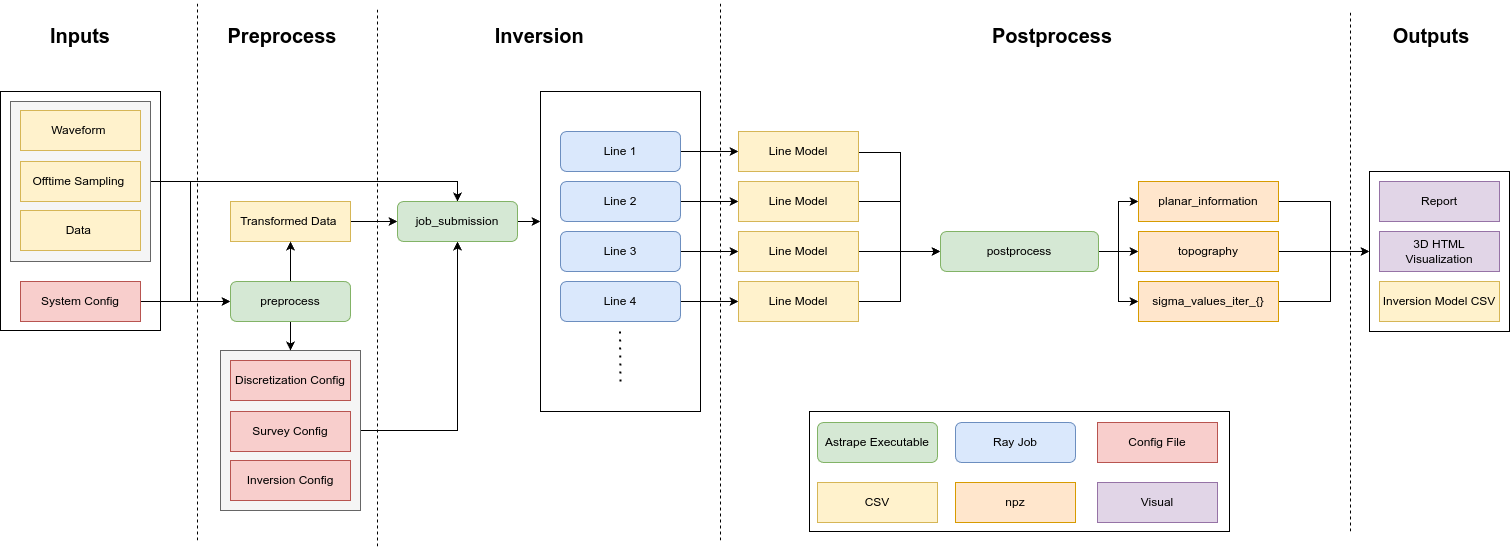
This is images/workflow.png from paul-vorticity/astrape_docs, a draw.io export, as it was before one commit. Source tidied: cells renumbered, new cells last; positions are measured from the earlier drawing's top-left corner, leaving out a move shared by most shapes.
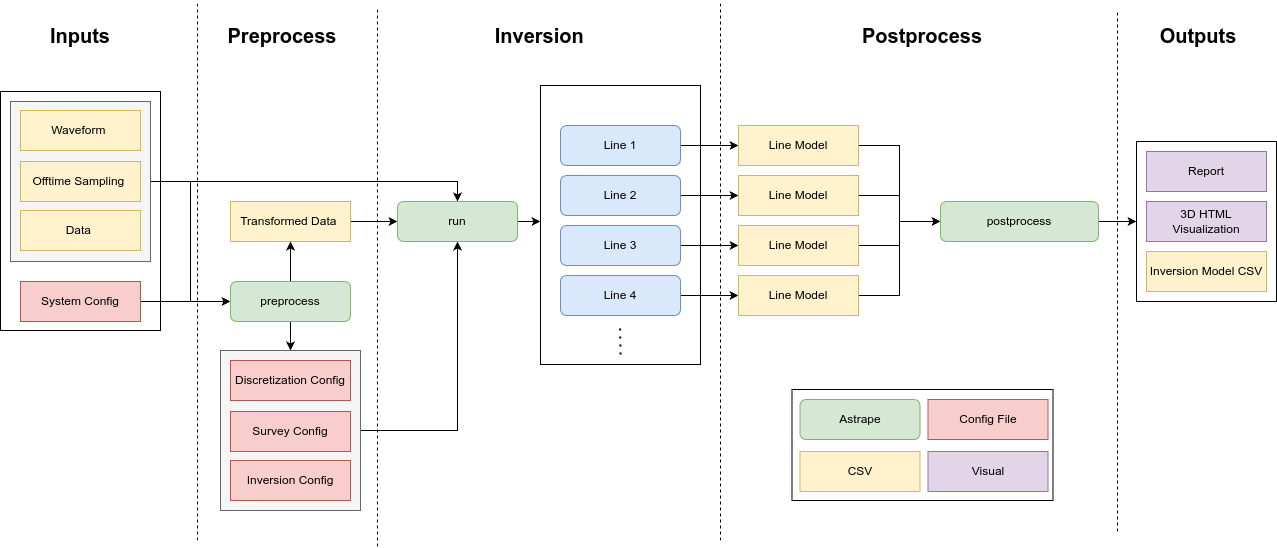
Above is the later version.

What changed in the source:
```diff
@@ -12,10 +12,10 @@
       <mxGeometry y="91" width="160" height="239" as="geometry" />
     </mxCell>
     <mxCell id="5" style="rounded=0;whiteSpace=wrap;html=1;" parent="1" vertex="1">
-      <mxGeometry x="809" y="411" width="420" height="120" as="geometry" />
+      <mxGeometry x="791.5" y="389" width="261" height="111" as="geometry" />
     </mxCell>
     <mxCell id="6" style="rounded=0;whiteSpace=wrap;html=1;" parent="1" vertex="1">
-      <mxGeometry x="1369" y="171" width="140" height="160" as="geometry" />
+      <mxGeometry x="1136" y="141" width="140" height="160" as="geometry" />
     </mxCell>
     <mxCell id="7" style="edgeStyle=orthogonalEdgeStyle;rounded=0;jettySize=auto;html=1;exitX=1;exitY=0.5;exitDx=0;exitDy=0;entryX=0.5;entryY=0;entryDx=0;entryDy=0;" parent="1" edge="1" source="9" target="17">
       <mxGeometry relative="1" as="geometry" />
@@ -27,7 +27,7 @@
       <mxGeometry x="10" y="101" width="140" height="160" as="geometry" />
     </mxCell>
     <mxCell id="10" style="rounded=0;whiteSpace=wrap;html=1;" parent="1" vertex="1">
-      <mxGeometry x="540" y="91" width="160" height="320" as="geometry" />
+      <mxGeometry x="540" y="85" width="160" height="279" as="geometry" />
     </mxCell>
     <mxCell id="11" value="Data&amp;nbsp;" style="rounded=0;whiteSpace=wrap;html=1;fontSize=12;glass=0;strokeWidth=1;shadow=0;fillColor=#fff2cc;strokeColor=#d6b656;" parent="1" vertex="1">
       <mxGeometry x="20" y="210" width="120" height="40" as="geometry" />
@@ -49,50 +49,50 @@
         <mxPoint x="540" y="221" as="targetPoint" />
       </mxGeometry>
     </mxCell>
-    <mxCell id="17" value="job_submission" style="rounded=1;whiteSpace=wrap;html=1;fontSize=12;glass=0;strokeWidth=1;shadow=0;fillColor=#d5e8d4;strokeColor=#82b366;" parent="1" vertex="1">
+    <mxCell id="17" value="run" style="rounded=1;whiteSpace=wrap;html=1;fontSize=12;glass=0;strokeWidth=1;shadow=0;fillColor=#d5e8d4;strokeColor=#82b366;" parent="1" vertex="1">
       <mxGeometry x="397" y="201" width="120" height="40" as="geometry" />
     </mxCell>
     <mxCell id="18" style="edgeStyle=orthogonalEdgeStyle;rounded=0;jettySize=auto;html=1;exitX=1;exitY=0.5;exitDx=0;exitDy=0;entryX=0;entryY=0.5;entryDx=0;entryDy=0;" parent="1" edge="1" source="19" target="37">
       <mxGeometry relative="1" as="geometry" />
     </mxCell>
     <mxCell id="19" value="Line 1" style="rounded=1;whiteSpace=wrap;html=1;fontSize=12;glass=0;strokeWidth=1;shadow=0;fillColor=#dae8fc;strokeColor=#6c8ebf;" parent="1" vertex="1">
-      <mxGeometry x="560" y="131" width="120" height="40" as="geometry" />
+      <mxGeometry x="560" y="125" width="120" height="40" as="geometry" />
     </mxCell>
     <mxCell id="20" style="edgeStyle=orthogonalEdgeStyle;rounded=0;jettySize=auto;html=1;exitX=1;exitY=0.5;exitDx=0;exitDy=0;entryX=0;entryY=0.5;entryDx=0;entryDy=0;" parent="1" edge="1" source="21" target="39">
       <mxGeometry relative="1" as="geometry" />
     </mxCell>
     <mxCell id="21" value="Line 2" style="rounded=1;whiteSpace=wrap;html=1;fontSize=12;glass=0;strokeWidth=1;shadow=0;fillColor=#dae8fc;strokeColor=#6c8ebf;" parent="1" vertex="1">
-      <mxGeometry x="560" y="181" width="120" height="40" as="geometry" />
+      <mxGeometry x="560" y="175" width="120" height="40" as="geometry" />
     </mxCell>
     <mxCell id="22" style="edgeStyle=orthogonalEdgeStyle;rounded=0;jettySize=auto;html=1;exitX=1;exitY=0.5;exitDx=0;exitDy=0;entryX=0;entryY=0.5;entryDx=0;entryDy=0;" parent="1" edge="1" source="23" target="41">
       <mxGeometry relative="1" as="geometry" />
     </mxCell>
     <mxCell id="23" value="Line 3" style="rounded=1;whiteSpace=wrap;html=1;fontSize=12;glass=0;strokeWidth=1;shadow=0;fillColor=#dae8fc;strokeColor=#6c8ebf;" parent="1" vertex="1">
-      <mxGeometry x="560" y="231" width="120" height="40" as="geometry" />
+      <mxGeometry x="560" y="225" width="120" height="40" as="geometry" />
     </mxCell>
     <mxCell id="24" style="edgeStyle=orthogonalEdgeStyle;rounded=0;jettySize=auto;html=1;exitX=1;exitY=0.5;exitDx=0;exitDy=0;" parent="1" edge="1" source="25" target="43">
       <mxGeometry relative="1" as="geometry" />
     </mxCell>
     <mxCell id="25" value="Line 4" style="rounded=1;whiteSpace=wrap;html=1;fontSize=12;glass=0;strokeWidth=1;shadow=0;fillColor=#dae8fc;strokeColor=#6c8ebf;" parent="1" vertex="1">
-      <mxGeometry x="560" y="281" width="120" height="40" as="geometry" />
+      <mxGeometry x="560" y="275" width="120" height="40" as="geometry" />
     </mxCell>
     <mxCell id="26" value="Report" style="rounded=0;whiteSpace=wrap;html=1;fontSize=12;glass=0;strokeWidth=1;shadow=0;fillColor=#e1d5e7;strokeColor=#9673a6;" parent="1" vertex="1">
-      <mxGeometry x="1379" y="181" width="120" height="40" as="geometry" />
+      <mxGeometry x="1146" y="151" width="120" height="40" as="geometry" />
     </mxCell>
     <mxCell id="27" value="3D HTML Visualization" style="rounded=0;whiteSpace=wrap;html=1;fontSize=12;glass=0;strokeWidth=1;shadow=0;fillColor=#e1d5e7;strokeColor=#9673a6;" parent="1" vertex="1">
-      <mxGeometry x="1379" y="231" width="120" height="40" as="geometry" />
+      <mxGeometry x="1146" y="201" width="120" height="40" as="geometry" />
     </mxCell>
     <mxCell id="28" style="endArrow=none;dashed=1;html=1;dashPattern=1 3;strokeWidth=2;rounded=0;" parent="1" edge="1">
       <mxGeometry relative="1" as="geometry">
-        <mxPoint x="620" y="381" as="sourcePoint" />
-        <mxPoint x="619.5" y="331" as="targetPoint" />
+        <mxPoint x="620" y="354" as="sourcePoint" />
+        <mxPoint x="619.5" y="325" as="targetPoint" />
       </mxGeometry>
     </mxCell>
     <mxCell id="29" value="Inputs" style="text;html=1;strokeColor=none;fillColor=none;align=center;verticalAlign=middle;whiteSpace=wrap;rounded=0;fontStyle=1;fontSize=20;" parent="1" vertex="1">
       <mxGeometry x="50" y="20" width="60" height="30" as="geometry" />
     </mxCell>
     <mxCell id="30" value="Outputs" style="text;html=1;strokeColor=none;fillColor=none;align=center;verticalAlign=middle;whiteSpace=wrap;rounded=0;fontSize=20;fontStyle=1;" parent="1" vertex="1">
-      <mxGeometry x="1401" y="20" width="60" height="30" as="geometry" />
+      <mxGeometry x="1168" y="20" width="60" height="30" as="geometry" />
     </mxCell>
     <mxCell id="31" value="Inversion Config" style="rounded=0;whiteSpace=wrap;html=1;fontSize=12;glass=0;strokeWidth=1;shadow=0;fillColor=#f8cecc;strokeColor=#b85450;" parent="1" vertex="1">
       <mxGeometry x="230" y="460" width="120" height="40" as="geometry" />
@@ -109,107 +109,53 @@
     <mxCell id="35" style="edgeStyle=orthogonalEdgeStyle;rounded=0;jettySize=auto;html=1;" parent="1" edge="1" source="70" target="34">
       <mxGeometry relative="1" as="geometry" />
     </mxCell>
-    <mxCell id="36" style="edgeStyle=orthogonalEdgeStyle;rounded=0;jettySize=auto;html=1;entryX=0;entryY=0.5;entryDx=0;entryDy=0;" parent="1" edge="1" target="47">
-      <mxGeometry relative="1" as="geometry">
-        <mxPoint x="830" y="151" as="sourcePoint" />
-        <Array as="points">
-          <mxPoint x="830" y="152" />
-          <mxPoint x="900" y="152" />
-          <mxPoint x="900" y="251" />
-        </Array>
-      </mxGeometry>
-    </mxCell>
+    <mxCell id="71" style="edgeStyle=orthogonalEdgeStyle;rounded=0;jettySize=auto;html=1;exitX=1;exitY=0.5;exitDx=0;exitDy=0;entryX=0;entryY=0.5;entryDx=0;entryDy=0;" parent="1" edge="1" source="37" target="47">
+      <mxGeometry relative="1" as="geometry" />
+    </mxCell>
     <mxCell id="37" value="Line Model" style="rounded=0;whiteSpace=wrap;html=1;fontSize=12;glass=0;strokeWidth=1;shadow=0;fillColor=#fff2cc;strokeColor=#d6b656;" parent="1" vertex="1">
-      <mxGeometry x="738" y="131" width="120" height="40" as="geometry" />
+      <mxGeometry x="738" y="125" width="120" height="40" as="geometry" />
     </mxCell>
     <mxCell id="38" style="edgeStyle=orthogonalEdgeStyle;rounded=0;jettySize=auto;html=1;exitX=1;exitY=0.5;exitDx=0;exitDy=0;entryX=0;entryY=0.5;entryDx=0;entryDy=0;" parent="1" edge="1" source="39" target="47">
-      <mxGeometry relative="1" as="geometry">
-        <Array as="points">
-          <mxPoint x="900" y="201" />
-          <mxPoint x="900" y="251" />
-        </Array>
-      </mxGeometry>
+      <mxGeometry relative="1" as="geometry" />
     </mxCell>
     <mxCell id="39" value="Line Model" style="rounded=0;whiteSpace=wrap;html=1;fontSize=12;glass=0;strokeWidth=1;shadow=0;fillColor=#fff2cc;strokeColor=#d6b656;" parent="1" vertex="1">
-      <mxGeometry x="738" y="181" width="120" height="40" as="geometry" />
+      <mxGeometry x="738" y="175" width="120" height="40" as="geometry" />
     </mxCell>
     <mxCell id="40" style="edgeStyle=orthogonalEdgeStyle;rounded=0;jettySize=auto;html=1;exitX=1;exitY=0.5;exitDx=0;exitDy=0;entryX=0;entryY=0.5;entryDx=0;entryDy=0;" parent="1" edge="1" source="41" target="47">
       <mxGeometry relative="1" as="geometry" />
     </mxCell>
     <mxCell id="41" value="Line Model" style="rounded=0;whiteSpace=wrap;html=1;fontSize=12;glass=0;strokeWidth=1;shadow=0;fillColor=#fff2cc;strokeColor=#d6b656;" parent="1" vertex="1">
-      <mxGeometry x="738" y="231" width="120" height="40" as="geometry" />
+      <mxGeometry x="738" y="225" width="120" height="40" as="geometry" />
     </mxCell>
     <mxCell id="42" style="edgeStyle=orthogonalEdgeStyle;rounded=0;jettySize=auto;html=1;exitX=1;exitY=0.5;exitDx=0;exitDy=0;entryX=0;entryY=0.5;entryDx=0;entryDy=0;" parent="1" edge="1" source="43" target="47">
-      <mxGeometry relative="1" as="geometry">
-        <Array as="points">
-          <mxPoint x="900" y="301" />
-          <mxPoint x="900" y="251" />
-        </Array>
-      </mxGeometry>
+      <mxGeometry relative="1" as="geometry" />
     </mxCell>
     <mxCell id="43" value="Line Model" style="rounded=0;whiteSpace=wrap;html=1;fontSize=12;glass=0;strokeWidth=1;shadow=0;fillColor=#fff2cc;strokeColor=#d6b656;" parent="1" vertex="1">
-      <mxGeometry x="738" y="281" width="120" height="40" as="geometry" />
+      <mxGeometry x="738" y="275" width="120" height="40" as="geometry" />
     </mxCell>
-    <mxCell id="44" style="edgeStyle=orthogonalEdgeStyle;rounded=0;jettySize=auto;html=1;exitX=1;exitY=0.5;exitDx=0;exitDy=0;entryX=0;entryY=0.5;entryDx=0;entryDy=0;" parent="1" edge="1" source="47" target="49">
-      <mxGeometry relative="1" as="geometry" />
-    </mxCell>
-    <mxCell id="45" style="edgeStyle=orthogonalEdgeStyle;rounded=0;jettySize=auto;html=1;exitX=1;exitY=0.5;exitDx=0;exitDy=0;entryX=0;entryY=0.5;entryDx=0;entryDy=0;" parent="1" edge="1" source="47" target="51">
+    <mxCell id="45" style="edgeStyle=orthogonalEdgeStyle;rounded=0;jettySize=auto;html=1;exitX=1;exitY=0.5;exitDx=0;exitDy=0;entryX=0;entryY=0.5;entryDx=0;entryDy=0;" parent="1" edge="1" source="47" target="6">
       <mxGeometry relative="1" as="geometry" />
     </mxCell>
-    <mxCell id="46" style="edgeStyle=orthogonalEdgeStyle;rounded=0;jettySize=auto;html=1;exitX=1;exitY=0.5;exitDx=0;exitDy=0;entryX=0;entryY=0.5;entryDx=0;entryDy=0;" parent="1" edge="1" source="47" target="53">
-      <mxGeometry relative="1" as="geometry" />
-    </mxCell>
     <mxCell id="47" value="postprocess" style="rounded=1;whiteSpace=wrap;html=1;fontSize=12;glass=0;strokeWidth=1;shadow=0;fillColor=#d5e8d4;strokeColor=#82b366;" parent="1" vertex="1">
-      <mxGeometry x="940" y="231" width="158" height="40" as="geometry" />
+      <mxGeometry x="940" y="201" width="158" height="40" as="geometry" />
     </mxCell>
-    <mxCell id="48" style="edgeStyle=orthogonalEdgeStyle;rounded=0;jettySize=auto;html=1;exitX=1;exitY=0.5;exitDx=0;exitDy=0;entryX=0;entryY=0.5;entryDx=0;entryDy=0;" parent="1" edge="1" source="49" target="6">
-      <mxGeometry relative="1" as="geometry">
-        <Array as="points">
-          <mxPoint x="1330" y="201" />
-          <mxPoint x="1330" y="251" />
-        </Array>
-      </mxGeometry>
-    </mxCell>
-    <mxCell id="49" value="planar_information" style="rounded=0;whiteSpace=wrap;html=1;fontSize=12;glass=0;strokeWidth=1;shadow=0;fillColor=#ffe6cc;strokeColor=#d79b00;" parent="1" vertex="1">
-      <mxGeometry x="1138" y="181" width="140" height="40" as="geometry" />
-    </mxCell>
-    <mxCell id="50" style="edgeStyle=orthogonalEdgeStyle;rounded=0;jettySize=auto;html=1;exitX=1;exitY=0.5;exitDx=0;exitDy=0;entryX=0;entryY=0.5;entryDx=0;entryDy=0;" parent="1" edge="1" source="51" target="6">
-      <mxGeometry relative="1" as="geometry" />
-    </mxCell>
-    <mxCell id="51" value="topography" style="rounded=0;whiteSpace=wrap;html=1;fontSize=12;glass=0;strokeWidth=1;shadow=0;fillColor=#ffe6cc;strokeColor=#d79b00;" parent="1" vertex="1">
-      <mxGeometry x="1138" y="231" width="140" height="40" as="geometry" />
-    </mxCell>
-    <mxCell id="52" style="edgeStyle=orthogonalEdgeStyle;rounded=0;jettySize=auto;html=1;exitX=1;exitY=0.5;exitDx=0;exitDy=0;entryX=0;entryY=0.5;entryDx=0;entryDy=0;" parent="1" edge="1" source="53" target="6">
-      <mxGeometry relative="1" as="geometry">
-        <Array as="points">
-          <mxPoint x="1330" y="301" />
-          <mxPoint x="1330" y="251" />
-        </Array>
-      </mxGeometry>
-    </mxCell>
-    <mxCell id="53" value="sigma_values_iter_{}" style="rounded=0;whiteSpace=wrap;html=1;fontSize=12;glass=0;strokeWidth=1;shadow=0;fillColor=#ffe6cc;strokeColor=#d79b00;" parent="1" vertex="1">
-      <mxGeometry x="1138" y="281" width="140" height="40" as="geometry" />
-    </mxCell>
     <mxCell id="54" value="Inversion Model CSV" style="rounded=0;whiteSpace=wrap;html=1;fontSize=12;glass=0;strokeWidth=1;shadow=0;fillColor=#fff2cc;strokeColor=#d6b656;" parent="1" vertex="1">
-      <mxGeometry x="1379" y="281" width="120" height="40" as="geometry" />
+      <mxGeometry x="1146" y="251" width="120" height="40" as="geometry" />
     </mxCell>
     <mxCell id="55" value="CSV" style="rounded=0;whiteSpace=wrap;html=1;fontSize=12;glass=0;strokeWidth=1;shadow=0;fillColor=#fff2cc;strokeColor=#d6b656;" parent="1" vertex="1">
-      <mxGeometry x="817" y="482" width="120" height="40" as="geometry" />
+      <mxGeometry x="799.5" y="451" width="120" height="40" as="geometry" />
     </mxCell>
     <mxCell id="56" value="Config File" style="rounded=0;whiteSpace=wrap;html=1;fontSize=12;glass=0;strokeWidth=1;shadow=0;fillColor=#f8cecc;strokeColor=#b85450;" parent="1" vertex="1">
-      <mxGeometry x="1097" y="422" width="120" height="40" as="geometry" />
+      <mxGeometry x="927.5" y="399" width="120" height="40" as="geometry" />
     </mxCell>
-    <mxCell id="57" value="npz" style="rounded=0;whiteSpace=wrap;html=1;fontSize=12;glass=0;strokeWidth=1;shadow=0;fillColor=#ffe6cc;strokeColor=#d79b00;" parent="1" vertex="1">
-      <mxGeometry x="955" y="482" width="120" height="40" as="geometry" />
-    </mxCell>
-    <mxCell id="58" value="Astrape Executable" style="rounded=1;whiteSpace=wrap;html=1;fontSize=12;glass=0;strokeWidth=1;shadow=0;fillColor=#d5e8d4;strokeColor=#82b366;" parent="1" vertex="1">
-      <mxGeometry x="817" y="422" width="120" height="40" as="geometry" />
+    <mxCell id="58" value="Astrape" style="rounded=1;whiteSpace=wrap;html=1;fontSize=12;glass=0;strokeWidth=1;shadow=0;fillColor=#d5e8d4;strokeColor=#82b366;" parent="1" vertex="1">
+      <mxGeometry x="799.5" y="399" width="120" height="40" as="geometry" />
     </mxCell>
     <mxCell id="59" value="Preprocess" style="text;html=1;strokeColor=none;fillColor=none;align=center;verticalAlign=middle;whiteSpace=wrap;rounded=0;fontStyle=1;fontSize=20;" parent="1" vertex="1">
       <mxGeometry x="217" y="20" width="130" height="30" as="geometry" />
     </mxCell>
     <mxCell id="60" value="Postprocess" style="text;html=1;strokeColor=none;fillColor=none;align=center;verticalAlign=middle;whiteSpace=wrap;rounded=0;fontStyle=1;fontSize=20;" parent="1" vertex="1">
-      <mxGeometry x="987" y="20" width="130" height="30" as="geometry" />
+      <mxGeometry x="857" y="20" width="130" height="30" as="geometry" />
     </mxCell>
     <mxCell id="61" value="Inversion&amp;nbsp;" style="text;html=1;strokeColor=none;fillColor=none;align=center;verticalAlign=middle;whiteSpace=wrap;rounded=0;fontStyle=1;fontSize=20;" parent="1" vertex="1">
       <mxGeometry x="477" y="20" width="130" height="30" as="geometry" />
@@ -228,8 +174,8 @@
     </mxCell>
     <mxCell id="64" style="endArrow=none;dashed=1;html=1;rounded=0;" parent="1" edge="1">
       <mxGeometry relative="1" as="geometry">
-        <mxPoint x="1350" y="531" as="sourcePoint" />
-        <mxPoint x="1350" y="11" as="targetPoint" />
+        <mxPoint x="1117" y="531" as="sourcePoint" />
+        <mxPoint x="1117" y="11" as="targetPoint" />
       </mxGeometry>
     </mxCell>
     <mxCell id="65" style="endArrow=none;dashed=1;html=1;rounded=0;" parent="1" edge="1">
@@ -238,11 +184,8 @@
         <mxPoint x="720" as="targetPoint" />
       </mxGeometry>
     </mxCell>
-    <mxCell id="66" value="Ray Job" style="rounded=1;whiteSpace=wrap;html=1;fontSize=12;glass=0;strokeWidth=1;shadow=0;fillColor=#dae8fc;strokeColor=#6c8ebf;" parent="1" vertex="1">
-      <mxGeometry x="955" y="422" width="120" height="40" as="geometry" />
-    </mxCell>
     <mxCell id="67" value="Visual" style="rounded=0;whiteSpace=wrap;html=1;fontSize=12;glass=0;strokeWidth=1;shadow=0;fillColor=#e1d5e7;strokeColor=#9673a6;" parent="1" vertex="1">
-      <mxGeometry x="1097" y="482" width="120" height="40" as="geometry" />
+      <mxGeometry x="927.5" y="451" width="120" height="40" as="geometry" />
     </mxCell>
     <mxCell id="68" value="Discretization Config" style="rounded=0;whiteSpace=wrap;html=1;fontSize=12;glass=0;strokeWidth=1;shadow=0;fillColor=#f8cecc;strokeColor=#b85450;" parent="1" vertex="1">
       <mxGeometry x="230" y="360" width="120" height="40" as="geometry" />
```
